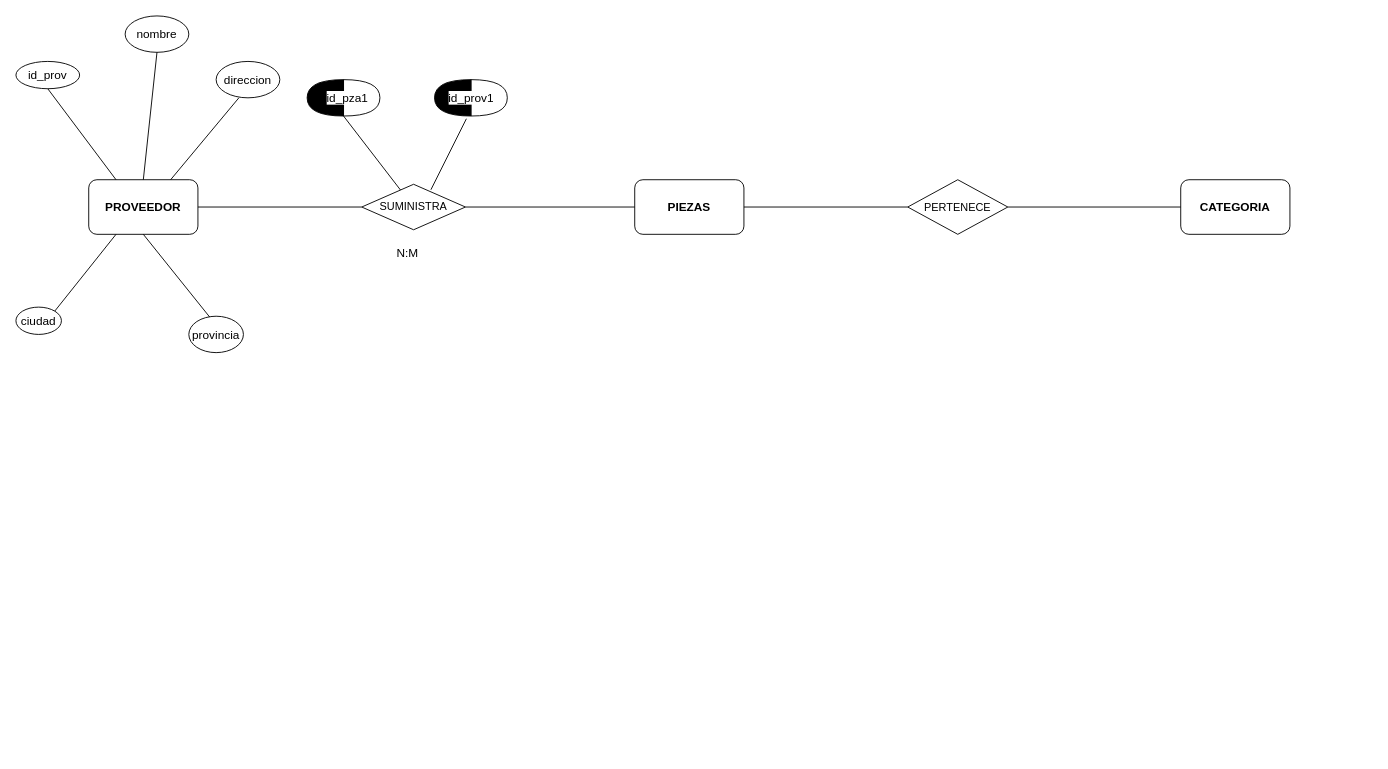
This is EJERCICIOS/Relacional_pzasProveedores.drawio from ATrinidad84/Base_de_Datos, a draw.io file, before an edit. Source tidied: cells renumbered, new cells numbered last; positions are measured from the earlier drawing's top-left corner, leaving out a move shared by most shapes. Both pictures are drawn from the tidied source at 91%, with x=0, y=0 at pixel (15, 15).
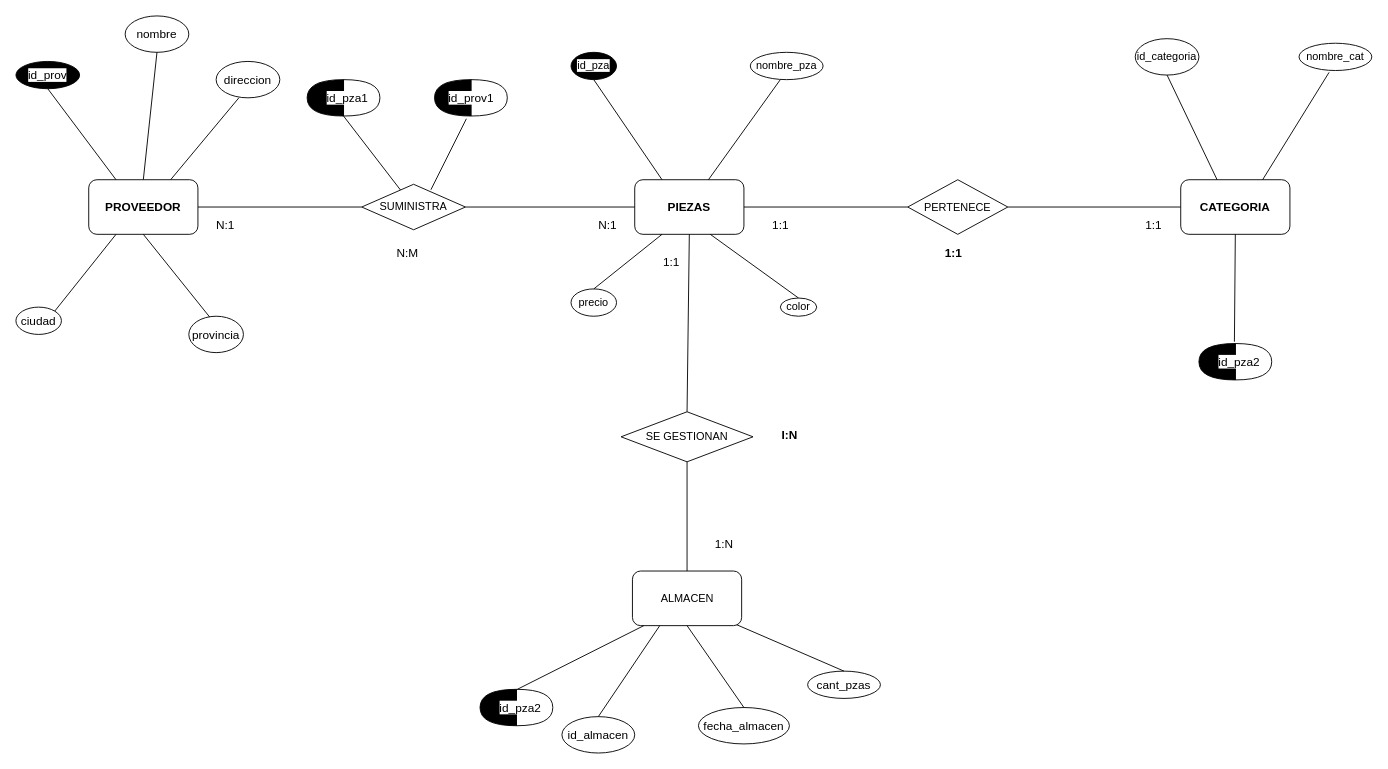
The same page after the edit.

The change refers to these unchanged cells:
```xml
<mxCell id="4" value="&lt;font style=&quot;font-size: 13px;&quot;&gt;&lt;b&gt;PIEZAS&lt;/b&gt;&lt;/font&gt;" style="rounded=1;whiteSpace=wrap;html=1;" parent="1" vertex="1">
  <mxGeometry x="680" y="180" width="120" height="60" as="geometry" />
</mxCell>
<mxCell id="8" value="&lt;font style=&quot;font-size: 13px;&quot;&gt;&lt;b&gt;CATEGORIA&lt;/b&gt;&lt;/font&gt;" style="rounded=1;whiteSpace=wrap;html=1;fontSize=12;" parent="1" vertex="1">
  <mxGeometry x="1280" y="180" width="120" height="60" as="geometry" />
</mxCell>
```

Change to the diagram source:
```diff
@@
-    <mxCell id="11" value="id_prov" style="ellipse;whiteSpace=wrap;html=1;fontSize=13;" parent="1" vertex="1">
+    <mxCell id="11" value="&lt;span style=&quot;background-color: rgb(255, 255, 255);&quot;&gt;id_prov&lt;/span&gt;" style="ellipse;whiteSpace=wrap;html=1;fontSize=13;fillColor=#000000;" parent="1" vertex="1">
       <mxGeometry y="50" width="70" height="30" as="geometry" />
     </mxCell>
@@
+    <mxCell id="30" value="&lt;span style=&quot;background-color: rgb(255, 255, 255);&quot;&gt;id_pza&lt;/span&gt;" style="ellipse;whiteSpace=wrap;html=1;fillColor=#000000;" parent="1" vertex="1">
+      <mxGeometry x="610" y="40" width="50" height="30" as="geometry" />
+    </mxCell>
+    <mxCell id="31" value="nombre_pza" style="ellipse;whiteSpace=wrap;html=1;" parent="1" vertex="1">
+      <mxGeometry x="807" y="40" width="80" height="30" as="geometry" />
+    </mxCell>
+    <mxCell id="32" value="color" style="ellipse;whiteSpace=wrap;html=1;" parent="1" vertex="1">
+      <mxGeometry x="840" y="310" width="40" height="20" as="geometry" />
+    </mxCell>
+    <mxCell id="33" value="precio" style="ellipse;whiteSpace=wrap;html=1;" parent="1" vertex="1">
+      <mxGeometry x="610" y="300" width="50" height="30" as="geometry" />
+    </mxCell>
+    <mxCell id="34" style="endArrow=none;html=1;rounded=0;exitX=0.5;exitY=1;exitDx=0;exitDy=0;entryX=0.25;entryY=0;entryDx=0;entryDy=0;" parent="1" edge="1" source="30" target="4">
+      <mxGeometry relative="1" as="geometry" />
+    </mxCell>
+    <mxCell id="35" style="endArrow=none;html=1;rounded=0;exitX=0.5;exitY=1;exitDx=0;exitDy=0;entryX=0.675;entryY=0;entryDx=0;entryDy=0;entryPerimeter=0;" parent="1" edge="1" target="4">
+      <mxGeometry relative="1" as="geometry">
+        <mxPoint x="840" y="70" as="sourcePoint" />
+      </mxGeometry>
+    </mxCell>
+    <mxCell id="36" style="endArrow=none;html=1;rounded=0;entryX=0.25;entryY=1;entryDx=0;entryDy=0;exitX=0.5;exitY=0;exitDx=0;exitDy=0;" parent="1" edge="1" source="33" target="4">
+      <mxGeometry relative="1" as="geometry" />
+    </mxCell>
+    <mxCell id="37" style="endArrow=none;html=1;rounded=0;entryX=0.692;entryY=1;entryDx=0;entryDy=0;exitX=0.5;exitY=0;exitDx=0;exitDy=0;entryPerimeter=0;" parent="1" edge="1" source="32" target="4">
+      <mxGeometry relative="1" as="geometry" />
+    </mxCell>
+    <mxCell id="38" value="nombre_cat" style="ellipse;whiteSpace=wrap;html=1;" parent="1" vertex="1">
+      <mxGeometry x="1410" y="30" width="80" height="30" as="geometry" />
+    </mxCell>
+    <mxCell id="39" value="id_categoria" style="ellipse;whiteSpace=wrap;html=1;" parent="1" vertex="1">
+      <mxGeometry x="1230" y="25" width="70" height="40" as="geometry" />
+    </mxCell>
+    <mxCell id="40" value="SE GESTIONAN" style="rhombus;whiteSpace=wrap;html=1;" parent="1" vertex="1">
+      <mxGeometry x="665" y="435" width="145" height="55" as="geometry" />
+    </mxCell>
+    <mxCell id="41" value="ALMACEN" style="rounded=1;whiteSpace=wrap;html=1;" parent="1" vertex="1">
+      <mxGeometry x="677.5" y="610" width="120" height="60" as="geometry" />
+    </mxCell>
+    <mxCell id="42" style="endArrow=none;html=1;rounded=0;entryX=0.5;entryY=1;entryDx=0;entryDy=0;exitX=0.5;exitY=0;exitDx=0;exitDy=0;" parent="1" edge="1" source="40" target="4">
+      <mxGeometry relative="1" as="geometry" />
+    </mxCell>
+    <mxCell id="43" style="endArrow=none;html=1;rounded=0;entryX=0.5;entryY=1;entryDx=0;entryDy=0;exitX=0.5;exitY=0;exitDx=0;exitDy=0;" parent="1" edge="1" source="41" target="40">
+      <mxGeometry relative="1" as="geometry" />
+    </mxCell>
+    <mxCell id="44" value="&lt;b&gt;&lt;font style=&quot;font-size: 13px;&quot;&gt;I:N&lt;/font&gt;&lt;/b&gt;" style="text;html=1;align=center;verticalAlign=middle;strokeColor=none;fillColor=none;" parent="1" vertex="1">
+      <mxGeometry x="835" y="450" width="30" height="20" as="geometry" />
+    </mxCell>
+    <mxCell id="45" style="shape=or;whiteSpace=wrap;html=1;fontSize=13;" parent="1" vertex="1">
+      <mxGeometry x="550" y="740" width="40" height="40" as="geometry" />
+    </mxCell>
+    <mxCell id="46" style="shape=or;whiteSpace=wrap;html=1;fontSize=13;rotation=-180;fillColor=#000000;" parent="1" vertex="1">
+      <mxGeometry x="510" y="740" width="40" height="40" as="geometry" />
+    </mxCell>
+    <mxCell id="47" value="&lt;span style=&quot;background-color: rgb(255, 255, 255);&quot;&gt;id_pza2&lt;/span&gt;" style="text;html=1;align=center;verticalAlign=middle;strokeColor=none;fillColor=none;fontSize=13;" parent="1" vertex="1">
+      <mxGeometry x="524" y="750" width="60" height="20" as="geometry" />
+    </mxCell>
+    <mxCell id="48" value="&lt;span style=&quot;background-color: rgb(255, 255, 255);&quot;&gt;id_almacen&lt;/span&gt;" style="ellipse;whiteSpace=wrap;html=1;fontSize=13;" parent="1" vertex="1">
+      <mxGeometry x="600" y="770" width="80" height="40" as="geometry" />
+    </mxCell>
+    <mxCell id="49" value="fecha_almacen" style="ellipse;whiteSpace=wrap;html=1;fontSize=13;" parent="1" vertex="1">
+      <mxGeometry x="750" y="760" width="100" height="40" as="geometry" />
+    </mxCell>
+    <mxCell id="50" value="cant_pzas" style="ellipse;whiteSpace=wrap;html=1;fontSize=13;" parent="1" vertex="1">
+      <mxGeometry x="870" y="720" width="80" height="30" as="geometry" />
+    </mxCell>
+    <mxCell id="51" style="endArrow=none;html=1;rounded=0;fontSize=13;exitX=0.025;exitY=0;exitDx=0;exitDy=0;exitPerimeter=0;" parent="1" edge="1" source="45">
+      <mxGeometry relative="1" as="geometry">
+        <mxPoint x="690" y="670" as="targetPoint" />
+      </mxGeometry>
+    </mxCell>
+    <mxCell id="52" style="endArrow=none;html=1;rounded=0;fontSize=13;exitX=0.5;exitY=0;exitDx=0;exitDy=0;entryX=0.25;entryY=1;entryDx=0;entryDy=0;" parent="1" edge="1" source="48" target="41">
+      <mxGeometry relative="1" as="geometry" />
+    </mxCell>
+    <mxCell id="53" style="endArrow=none;html=1;rounded=0;fontSize=13;entryX=0.5;entryY=1;entryDx=0;entryDy=0;exitX=0.5;exitY=0;exitDx=0;exitDy=0;" parent="1" edge="1" source="49" target="41">
+      <mxGeometry relative="1" as="geometry" />
+    </mxCell>
+    <mxCell id="54" style="endArrow=none;html=1;rounded=0;fontSize=13;entryX=0.954;entryY=0.983;entryDx=0;entryDy=0;entryPerimeter=0;exitX=0.5;exitY=0;exitDx=0;exitDy=0;" parent="1" edge="1" source="50" target="41">
+      <mxGeometry relative="1" as="geometry" />
+    </mxCell>
+    <mxCell id="55" value="1:1" style="text;html=1;align=center;verticalAlign=middle;strokeColor=none;fillColor=none;fontSize=13;" parent="1" vertex="1">
+      <mxGeometry x="705" y="260" width="30" height="20" as="geometry" />
+    </mxCell>
+    <mxCell id="56" value="1:N" style="text;html=1;align=center;verticalAlign=middle;strokeColor=none;fillColor=none;fontSize=13;" parent="1" vertex="1">
+      <mxGeometry x="757.5" y="570" width="40" height="20" as="geometry" />
+    </mxCell>
+    <mxCell id="57" value="&lt;b&gt;&lt;font style=&quot;font-size: 13px;&quot;&gt;1:1&lt;/font&gt;&lt;/b&gt;" style="text;html=1;align=center;verticalAlign=middle;strokeColor=none;fillColor=none;fontSize=13;" parent="1" vertex="1">
+      <mxGeometry x="1015" y="250" width="30" height="20" as="geometry" />
+    </mxCell>
+    <mxCell id="58" style="shape=or;whiteSpace=wrap;html=1;fontSize=13;" parent="1" vertex="1">
+      <mxGeometry x="1340" y="360" width="40" height="40" as="geometry" />
+    </mxCell>
+    <mxCell id="59" style="shape=or;whiteSpace=wrap;html=1;fontSize=13;rotation=-180;fillColor=#000000;" parent="1" vertex="1">
+      <mxGeometry x="1300" y="360" width="40" height="40" as="geometry" />
+    </mxCell>
+    <mxCell id="60" value="&lt;span style=&quot;background-color: rgb(255, 255, 255);&quot;&gt;id_pza2&lt;/span&gt;" style="text;html=1;align=center;verticalAlign=middle;strokeColor=none;fillColor=none;fontSize=13;" parent="1" vertex="1">
+      <mxGeometry x="1314" y="370" width="60" height="20" as="geometry" />
+    </mxCell>
+    <mxCell id="61" style="endArrow=none;html=1;rounded=0;fontSize=13;entryX=0.5;entryY=1;entryDx=0;entryDy=0;exitX=0.025;exitY=1.05;exitDx=0;exitDy=0;exitPerimeter=0;" parent="1" edge="1" source="59" target="8">
+      <mxGeometry relative="1" as="geometry" />
+    </mxCell>
+    <mxCell id="62" style="endArrow=none;html=1;rounded=0;fontSize=13;entryX=0.5;entryY=1;entryDx=0;entryDy=0;exitX=0.333;exitY=0;exitDx=0;exitDy=0;exitPerimeter=0;" parent="1" edge="1" source="8" target="39">
+      <mxGeometry relative="1" as="geometry" />
+    </mxCell>
+    <mxCell id="63" style="endArrow=none;html=1;rounded=0;fontSize=13;entryX=0.413;entryY=1.067;entryDx=0;entryDy=0;entryPerimeter=0;exitX=0.75;exitY=0;exitDx=0;exitDy=0;" parent="1" edge="1" source="8" target="38">
+      <mxGeometry relative="1" as="geometry" />
+    </mxCell>
+    <mxCell id="64" value="1:1" style="text;html=1;align=center;verticalAlign=middle;strokeColor=none;fillColor=none;fontSize=13;" parent="1" vertex="1">
+      <mxGeometry x="825" y="220" width="30" height="20" as="geometry" />
+    </mxCell>
+    <mxCell id="65" value="1:1" style="text;html=1;align=center;verticalAlign=middle;strokeColor=none;fillColor=none;fontSize=13;" parent="1" vertex="1">
+      <mxGeometry x="1235" y="220" width="30" height="20" as="geometry" />
+    </mxCell>
+    <mxCell id="66" value="N:1" style="text;html=1;align=center;verticalAlign=middle;strokeColor=none;fillColor=none;fontSize=13;" parent="1" vertex="1">
+      <mxGeometry x="210" y="220" width="40" height="20" as="geometry" />
+    </mxCell>
+    <mxCell id="67" value="N:1" style="text;html=1;align=center;verticalAlign=middle;strokeColor=none;fillColor=none;fontSize=13;" parent="1" vertex="1">
+      <mxGeometry x="630" y="220" width="40" height="20" as="geometry" />
+    </mxCell>
```
